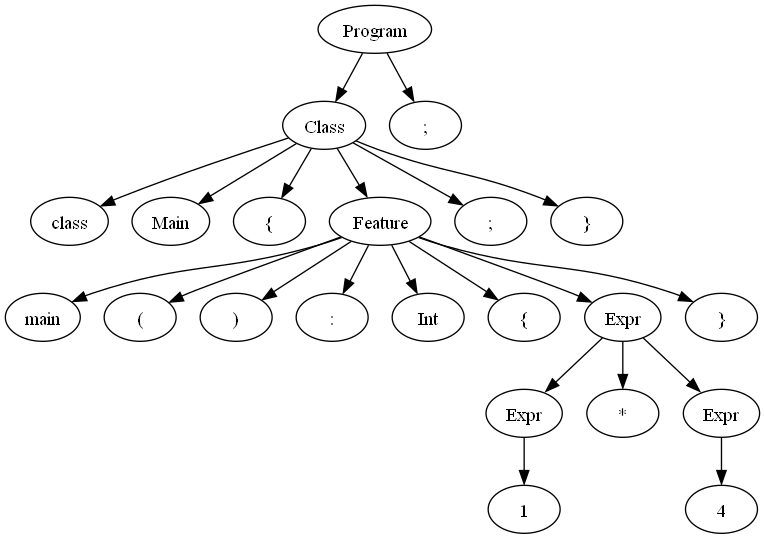
Earlier version of the Graphviz export output.gv.png (Manuel-Archila/Proyecto0_CC). Its source is kept beside it as output.gv.
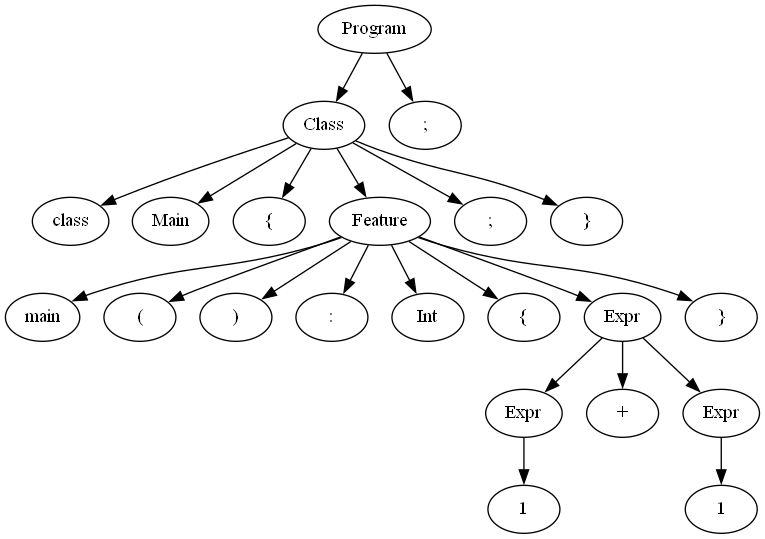
Above is the later version.

The edit, as a diff of the source:
```diff
@@ -29,11 +29,11 @@
 	13 -> 14
 	14 [label=1]
 	12 -> 15
-	15 [label="*"]
+	15 [label="+"]
 	12 -> 16
 	16 [label=Expr]
 	16 -> 17
-	17 [label=4]
+	17 [label=1]
 	5 -> 18
 	18 [label="}"]
 	1 -> 19
```
